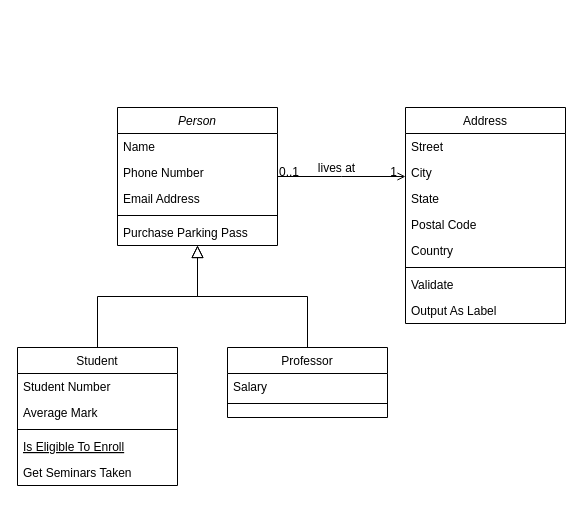
Mahima-Kumawat/Hello-World keeps this draw.io diagram as Untitled Diagram.drawio. Above is the earlier version. Source tidied: cells renumbered, new cells numbered last; positions are measured from the earlier drawing's top-left corner, leaving out a move shared by most shapes. Both pictures are drawn from the tidied source at 100%, with x=0, y=0 at pixel (17, 107).
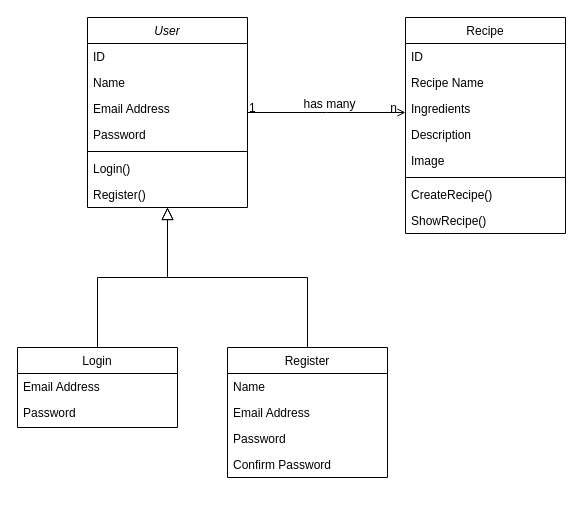
After the change.

The change refers to these unchanged cells:
```xml
<mxCell id="28" style="endArrow=open;shadow=0;strokeWidth=1;rounded=0;endFill=1;edgeStyle=elbowEdgeStyle;elbow=vertical;" parent="1" edge="1" source="2" target="19">
  <mxGeometry x="0.5" y="41" relative="1" as="geometry">
    <mxPoint x="-40" y="32" as="offset" />
  </mxGeometry>
</mxCell>
```

Diff of the diagram source:
```diff
@@
-    <mxCell id="2" value="Person" style="swimlane;fontStyle=2;align=center;verticalAlign=top;horizontal=1;startSize=26;rounded=0;shadow=0;strokeWidth=1;" parent="1" vertex="1">
-      <mxGeometry x="100" width="160" height="138" as="geometry" />
+    <mxCell id="2" value="User" style="swimlane;fontStyle=2;align=center;verticalAlign=top;horizontal=1;startSize=26;rounded=0;shadow=0;strokeWidth=1;" parent="1" vertex="1">
+      <mxGeometry x="70" y="-90" width="160" height="190" as="geometry" />
     </mxCell>
-    <mxCell id="3" value="Name" style="text;align=left;verticalAlign=top;spacingLeft=4;spacingRight=4;overflow=hidden;" parent="2" vertex="1">
+    <mxCell id="3" value="ID" style="text;align=left;verticalAlign=top;spacingLeft=4;spacingRight=4;overflow=hidden;" parent="2" vertex="1">
       <mxGeometry y="26" width="160" height="26" as="geometry" />
     </mxCell>
-    <mxCell id="4" value="Phone Number" style="text;align=left;verticalAlign=top;spacingLeft=4;spacingRight=4;overflow=hidden;rounded=0;shadow=0;html=0;" parent="2" vertex="1">
+    <mxCell id="4" value="Name" style="text;align=left;verticalAlign=top;spacingLeft=4;spacingRight=4;overflow=hidden;rounded=0;shadow=0;html=0;" parent="2" vertex="1">
       <mxGeometry y="52" width="160" height="26" as="geometry" />
     </mxCell>
@@
-    <mxCell id="6" style="line;html=1;strokeWidth=1;align=left;verticalAlign=middle;spacingTop=-1;spacingLeft=3;spacingRight=3;labelPosition=right;" parent="2" vertex="1">
-      <mxGeometry y="104" width="160" height="8" as="geometry" />
-    </mxCell>
-    <mxCell id="7" value="Purchase Parking Pass" style="text;align=left;verticalAlign=top;spacingLeft=4;spacingRight=4;overflow=hidden;" parent="2" vertex="1">
-      <mxGeometry y="112" width="160" height="26" as="geometry" />
-    </mxCell>
+    <mxCell id="32" value="Password" style="text;align=left;verticalAlign=top;spacingLeft=4;spacingRight=4;overflow=hidden;rounded=0;shadow=0;html=0;" parent="2" vertex="1">
+      <mxGeometry y="104" width="160" height="26" as="geometry" />
+    </mxCell>
+    <mxCell id="33" style="line;html=1;strokeWidth=1;align=left;verticalAlign=middle;spacingTop=-1;spacingLeft=3;spacingRight=3;labelPosition=right;" parent="2" vertex="1">
+      <mxGeometry y="130" width="160" height="8" as="geometry" />
+    </mxCell>
+    <mxCell id="34" value="Login()" style="text;align=left;verticalAlign=top;spacingLeft=4;spacingRight=4;overflow=hidden;rounded=0;shadow=0;html=0;" parent="2" vertex="1">
+      <mxGeometry y="138" width="160" height="26" as="geometry" />
+    </mxCell>
+    <mxCell id="35" value="Register()" style="text;align=left;verticalAlign=top;spacingLeft=4;spacingRight=4;overflow=hidden;rounded=0;shadow=0;html=0;" parent="2" vertex="1">
+      <mxGeometry y="164" width="160" height="26" as="geometry" />
+    </mxCell>
-    <mxCell id="8" value="Student" style="swimlane;fontStyle=0;align=center;verticalAlign=top;horizontal=1;startSize=26;rounded=0;shadow=0;strokeWidth=1;" parent="1" vertex="1">
-      <mxGeometry y="240" width="160" height="138" as="geometry" />
+    <mxCell id="8" value="Login" style="swimlane;fontStyle=0;align=center;verticalAlign=top;horizontal=1;startSize=26;rounded=0;shadow=0;strokeWidth=1;" parent="1" vertex="1">
+      <mxGeometry y="240" width="160" height="80" as="geometry" />
     </mxCell>
-    <mxCell id="9" value="Student Number" style="text;align=left;verticalAlign=top;spacingLeft=4;spacingRight=4;overflow=hidden;" parent="8" vertex="1">
+    <mxCell id="9" value="Email Address" style="text;align=left;verticalAlign=top;spacingLeft=4;spacingRight=4;overflow=hidden;" parent="8" vertex="1">
       <mxGeometry y="26" width="160" height="26" as="geometry" />
     </mxCell>
-    <mxCell id="10" value="Average Mark" style="text;align=left;verticalAlign=top;spacingLeft=4;spacingRight=4;overflow=hidden;rounded=0;shadow=0;html=0;" parent="8" vertex="1">
+    <mxCell id="10" value="Password" style="text;align=left;verticalAlign=top;spacingLeft=4;spacingRight=4;overflow=hidden;rounded=0;shadow=0;html=0;" parent="8" vertex="1">
       <mxGeometry y="52" width="160" height="26" as="geometry" />
     </mxCell>
-    <mxCell id="11" style="line;html=1;strokeWidth=1;align=left;verticalAlign=middle;spacingTop=-1;spacingLeft=3;spacingRight=3;labelPosition=right;" parent="8" vertex="1">
-      <mxGeometry y="78" width="160" height="8" as="geometry" />
-    </mxCell>
-    <mxCell id="12" value="Is Eligible To Enroll" style="text;align=left;verticalAlign=top;spacingLeft=4;spacingRight=4;overflow=hidden;fontStyle=4;" parent="8" vertex="1">
-      <mxGeometry y="86" width="160" height="26" as="geometry" />
-    </mxCell>
-    <mxCell id="13" value="Get Seminars Taken" style="text;align=left;verticalAlign=top;spacingLeft=4;spacingRight=4;overflow=hidden;" parent="8" vertex="1">
-      <mxGeometry y="112" width="160" height="26" as="geometry" />
-    </mxCell>
@@
-    <mxCell id="15" value="Professor" style="swimlane;fontStyle=0;align=center;verticalAlign=top;horizontal=1;startSize=26;rounded=0;shadow=0;strokeWidth=1;" parent="1" vertex="1">
-      <mxGeometry x="210" y="240" width="160" height="70" as="geometry" />
+    <mxCell id="15" value="Register" style="swimlane;fontStyle=0;align=center;verticalAlign=top;horizontal=1;startSize=26;rounded=0;shadow=0;strokeWidth=1;" parent="1" vertex="1">
+      <mxGeometry x="210" y="240" width="160" height="130" as="geometry" />
     </mxCell>
-    <mxCell id="16" value="Salary" style="text;align=left;verticalAlign=top;spacingLeft=4;spacingRight=4;overflow=hidden;" parent="15" vertex="1">
+    <mxCell id="16" value="Name" style="text;align=left;verticalAlign=top;spacingLeft=4;spacingRight=4;overflow=hidden;" parent="15" vertex="1">
       <mxGeometry y="26" width="160" height="26" as="geometry" />
     </mxCell>
-    <mxCell id="17" style="line;html=1;strokeWidth=1;align=left;verticalAlign=middle;spacingTop=-1;spacingLeft=3;spacingRight=3;labelPosition=right;" parent="15" vertex="1">
-      <mxGeometry y="52" width="160" height="8" as="geometry" />
-    </mxCell>
+    <mxCell id="36" value="Email Address" style="text;align=left;verticalAlign=top;spacingLeft=4;spacingRight=4;overflow=hidden;" parent="15" vertex="1">
+      <mxGeometry y="52" width="160" height="26" as="geometry" />
+    </mxCell>
+    <mxCell id="37" value="Password" style="text;align=left;verticalAlign=top;spacingLeft=4;spacingRight=4;overflow=hidden;" parent="15" vertex="1">
+      <mxGeometry y="78" width="160" height="26" as="geometry" />
+    </mxCell>
+    <mxCell id="38" value="Confirm Password" style="text;align=left;verticalAlign=top;spacingLeft=4;spacingRight=4;overflow=hidden;" parent="15" vertex="1">
+      <mxGeometry y="104" width="160" height="26" as="geometry" />
+    </mxCell>
@@
-    <mxCell id="19" value="Address" style="swimlane;fontStyle=0;align=center;verticalAlign=top;horizontal=1;startSize=26;rounded=0;shadow=0;strokeWidth=1;" parent="1" vertex="1">
-      <mxGeometry x="388" width="160" height="216" as="geometry" />
+    <mxCell id="19" value="Recipe" style="swimlane;fontStyle=0;align=center;verticalAlign=top;horizontal=1;startSize=26;rounded=0;shadow=0;strokeWidth=1;" parent="1" vertex="1">
+      <mxGeometry x="388" y="-90" width="160" height="216" as="geometry" />
     </mxCell>
-    <mxCell id="20" value="Street" style="text;align=left;verticalAlign=top;spacingLeft=4;spacingRight=4;overflow=hidden;" parent="19" vertex="1">
+    <mxCell id="20" value="ID" style="text;align=left;verticalAlign=top;spacingLeft=4;spacingRight=4;overflow=hidden;" parent="19" vertex="1">
       <mxGeometry y="26" width="160" height="26" as="geometry" />
     </mxCell>
-    <mxCell id="21" value="City" style="text;align=left;verticalAlign=top;spacingLeft=4;spacingRight=4;overflow=hidden;rounded=0;shadow=0;html=0;" parent="19" vertex="1">
+    <mxCell id="21" value="Recipe Name" style="text;align=left;verticalAlign=top;spacingLeft=4;spacingRight=4;overflow=hidden;rounded=0;shadow=0;html=0;" parent="19" vertex="1">
       <mxGeometry y="52" width="160" height="26" as="geometry" />
     </mxCell>
-    <mxCell id="22" value="State" style="text;align=left;verticalAlign=top;spacingLeft=4;spacingRight=4;overflow=hidden;rounded=0;shadow=0;html=0;" parent="19" vertex="1">
+    <mxCell id="22" value="Ingredients" style="text;align=left;verticalAlign=top;spacingLeft=4;spacingRight=4;overflow=hidden;rounded=0;shadow=0;html=0;" parent="19" vertex="1">
       <mxGeometry y="78" width="160" height="26" as="geometry" />
     </mxCell>
-    <mxCell id="23" value="Postal Code" style="text;align=left;verticalAlign=top;spacingLeft=4;spacingRight=4;overflow=hidden;rounded=0;shadow=0;html=0;" parent="19" vertex="1">
+    <mxCell id="23" value="Description" style="text;align=left;verticalAlign=top;spacingLeft=4;spacingRight=4;overflow=hidden;rounded=0;shadow=0;html=0;" parent="19" vertex="1">
       <mxGeometry y="104" width="160" height="26" as="geometry" />
     </mxCell>
-    <mxCell id="24" value="Country" style="text;align=left;verticalAlign=top;spacingLeft=4;spacingRight=4;overflow=hidden;rounded=0;shadow=0;html=0;" parent="19" vertex="1">
+    <mxCell id="24" value="Image" style="text;align=left;verticalAlign=top;spacingLeft=4;spacingRight=4;overflow=hidden;rounded=0;shadow=0;html=0;" parent="19" vertex="1">
       <mxGeometry y="130" width="160" height="26" as="geometry" />
     </mxCell>
@@
-    <mxCell id="26" value="Validate" style="text;align=left;verticalAlign=top;spacingLeft=4;spacingRight=4;overflow=hidden;" parent="19" vertex="1">
+    <mxCell id="26" value="CreateRecipe()" style="text;align=left;verticalAlign=top;spacingLeft=4;spacingRight=4;overflow=hidden;" parent="19" vertex="1">
       <mxGeometry y="164" width="160" height="26" as="geometry" />
     </mxCell>
-    <mxCell id="27" value="Output As Label" style="text;align=left;verticalAlign=top;spacingLeft=4;spacingRight=4;overflow=hidden;" parent="19" vertex="1">
+    <mxCell id="27" value="ShowRecipe()" style="text;align=left;verticalAlign=top;spacingLeft=4;spacingRight=4;overflow=hidden;" parent="19" vertex="1">
       <mxGeometry y="190" width="160" height="26" as="geometry" />
     </mxCell>
@@
-    <mxCell id="29" value="0..1" style="align=left;verticalAlign=bottom;labelBackgroundColor=none;fontSize=12;" parent="28" vertex="1">
+    <mxCell id="29" value="1" style="align=left;verticalAlign=bottom;labelBackgroundColor=none;fontSize=12;" parent="28" vertex="1">
       <mxGeometry x="-1" relative="1" as="geometry">
         <mxPoint y="4" as="offset" />
       </mxGeometry>
     </mxCell>
-    <mxCell id="30" value="1" style="align=right;verticalAlign=bottom;labelBackgroundColor=none;fontSize=12;" parent="28" vertex="1">
+    <mxCell id="30" value="n" style="align=right;verticalAlign=bottom;labelBackgroundColor=none;fontSize=12;" parent="28" vertex="1">
       <mxGeometry x="1" relative="1" as="geometry">
         <mxPoint x="-7" y="4" as="offset" />
       </mxGeometry>
     </mxCell>
-    <mxCell id="31" value="lives at" style="text;html=1;align=center;verticalAlign=middle;labelBackgroundColor=none;rounded=0;shadow=0;strokeWidth=1;fontSize=12;" parent="28" vertex="1">
+    <mxCell id="31" value="has many" style="text;html=1;align=center;verticalAlign=middle;labelBackgroundColor=none;rounded=0;shadow=0;strokeWidth=1;fontSize=12;" parent="28" vertex="1">
       <mxGeometry x="0.5" y="49" relative="1" as="geometry">
         <mxPoint x="-38" y="40" as="offset" />
       </mxGeometry>
     </mxCell>
```
